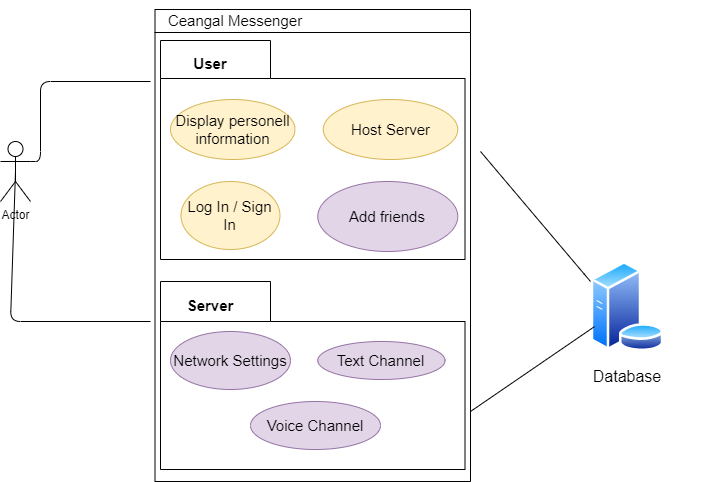
Before: usecase.png, a diagram exported from draw.io (LorenzSeufert/CeangalMessenger---Documentation). Source tidied: cells renumbered, new cells last; positions are measured from the earlier drawing's top-left corner, leaving out a move shared by most shapes.
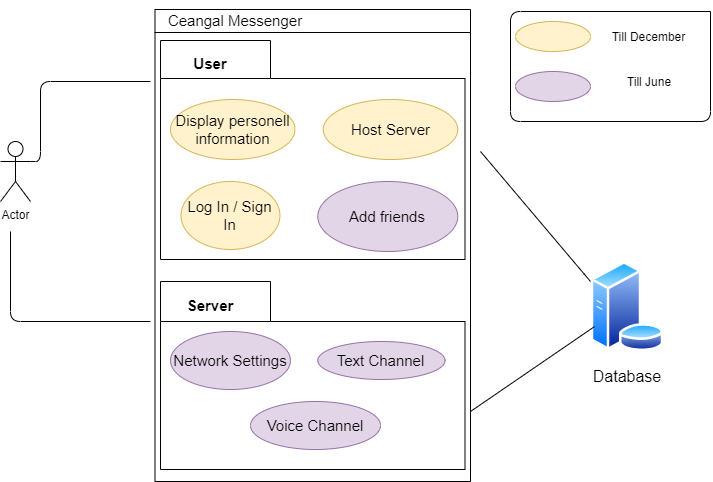
The same file after the commit.

The edit, as a diff of the source:
```diff
@@ -73,13 +73,37 @@
         </Array>
       </mxGeometry>
     </mxCell>
-    <mxCell id="21" style="endArrow=none;html=1;exitX=0.5;exitY=0.5;exitDx=0;exitDy=0;exitPerimeter=0;" parent="1" edge="1" source="15">
+    <mxCell id="21" style="endArrow=none;html=1;" parent="1" edge="1">
       <mxGeometry relative="1" as="geometry">
+        <mxPoint x="10" y="231" as="sourcePoint" />
         <mxPoint x="150" y="321" as="targetPoint" />
         <Array as="points">
           <mxPoint x="10" y="321" />
         </Array>
       </mxGeometry>
     </mxCell>
+    <mxCell id="22" style="ellipse;whiteSpace=wrap;html=1;fillColor=#fff2cc;strokeColor=#d6b656;" parent="1" vertex="1">
+      <mxGeometry x="515" y="21" width="75" height="30" as="geometry" />
+    </mxCell>
+    <mxCell id="23" style="ellipse;whiteSpace=wrap;html=1;fillColor=#e1d5e7;strokeColor=#9673a6;" parent="1" vertex="1">
+      <mxGeometry x="515" y="71" width="75" height="30" as="geometry" />
+    </mxCell>
+    <mxCell id="24" value="Till December" style="text;html=1;strokeColor=none;fillColor=none;align=center;verticalAlign=middle;whiteSpace=wrap;rounded=0;" parent="1" vertex="1">
+      <mxGeometry x="606.9" y="21" width="83.1" height="30" as="geometry" />
+    </mxCell>
+    <mxCell id="25" value="Till June" style="text;html=1;strokeColor=none;fillColor=none;align=center;verticalAlign=middle;whiteSpace=wrap;rounded=0;" parent="1" vertex="1">
+      <mxGeometry x="612.7" y="61" width="71.5" height="40" as="geometry" />
+    </mxCell>
+    <mxCell id="26" style="endArrow=none;html=1;" parent="1" edge="1">
+      <mxGeometry relative="1" as="geometry">
+        <mxPoint x="710" y="11" as="sourcePoint" />
+        <mxPoint x="710" y="11" as="targetPoint" />
+        <Array as="points">
+          <mxPoint x="710" y="121" />
+          <mxPoint x="510" y="121" />
+          <mxPoint x="510" y="11" />
+        </Array>
+      </mxGeometry>
+    </mxCell>
   </root>
 </mxGraphModel>
```
